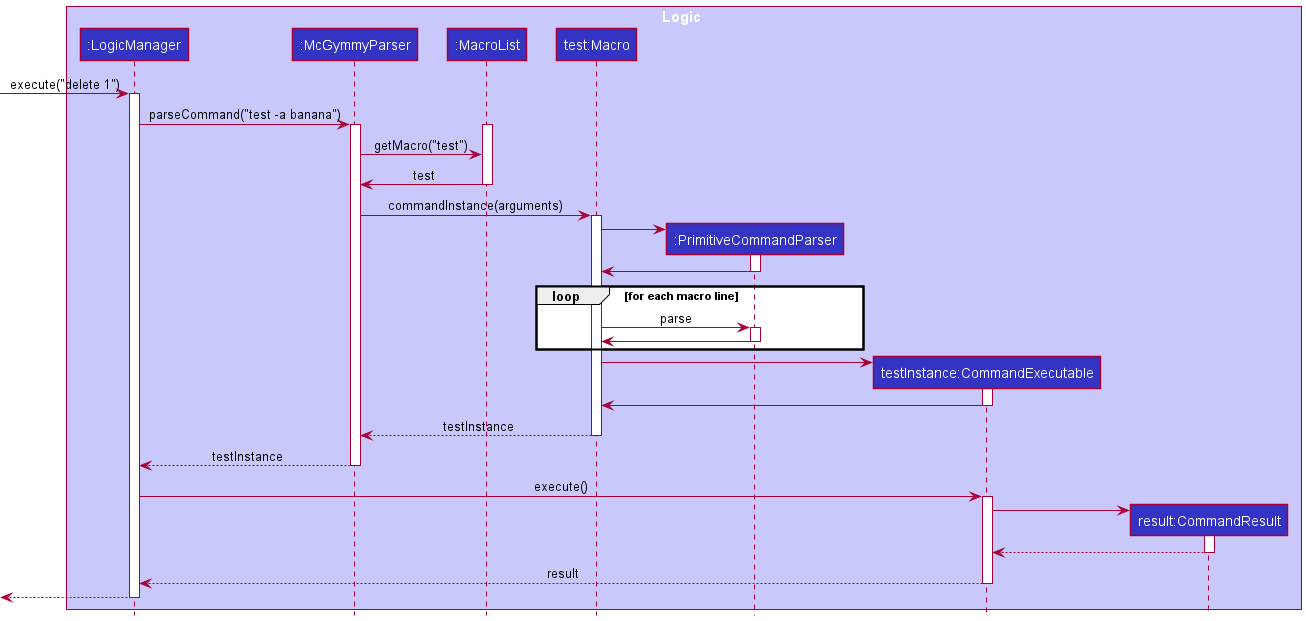
The PlantUML diagram docs/images/MacroSequenceDiagram.png in nus-cs2103-AY2021S1/tp, before a commit.
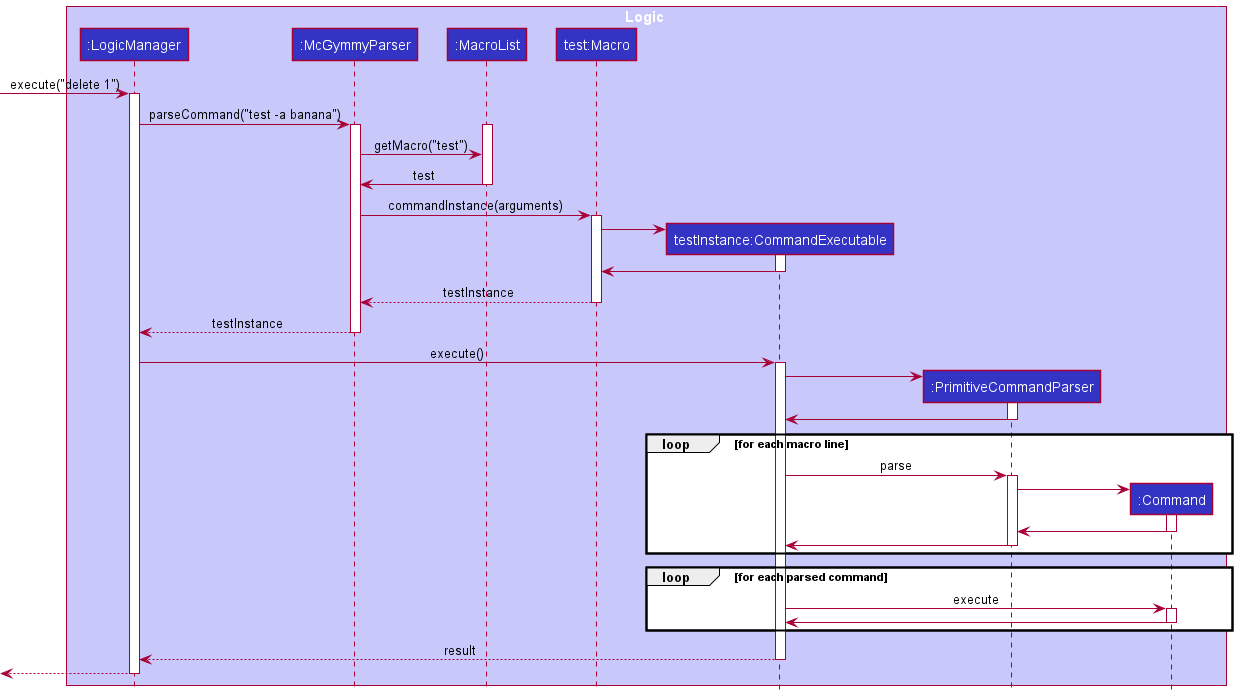
After the change.

Commit message:
Update macro sequence diagram image

The edit, as a diff of the source:
```diff
@@ -6,9 +6,9 @@
 participant ":McGymmyParser" as McGymmyParser LOGIC_COLOR
 participant ":MacroList" as MacroList LOGIC_COLOR
 participant "test:Macro" as Macro LOGIC_COLOR
+participant "testInstance:CommandExecutable" as CommandExecutable LOGIC_COLOR
 participant ":PrimitiveCommandParser" as PrimitiveCommandParser LOGIC_COLOR
-participant "testInstance:CommandExecutable" as CommandExecutable LOGIC_COLOR
-participant "result:CommandResult" as CommandResult LOGIC_COLOR
+participant ":Command" as Command LOGIC_COLOR
 end box
 
 [-> LogicManager : execute("delete 1")
@@ -25,19 +25,6 @@
 McGymmyParser -> Macro : commandInstance(arguments)
 activate Macro
 
-create PrimitiveCommandParser
-Macro -> PrimitiveCommandParser
-activate PrimitiveCommandParser
-PrimitiveCommandParser -> Macro
-deactivate PrimitiveCommandParser
-
-loop for each macro line
-Macro -> PrimitiveCommandParser : parse
-activate PrimitiveCommandParser
-PrimitiveCommandParser -> Macro
-deactivate PrimitiveCommandParser
-end
-
 create CommandExecutable
 Macro -> CommandExecutable
 activate CommandExecutable
@@ -53,12 +40,32 @@
 LogicManager -> CommandExecutable : execute()
 activate CommandExecutable
 
-create CommandResult
-CommandExecutable -> CommandResult
-activate CommandResult
+create PrimitiveCommandParser
+CommandExecutable -> PrimitiveCommandParser
+activate PrimitiveCommandParser
+PrimitiveCommandParser -> CommandExecutable
+deactivate PrimitiveCommandParser
 
-CommandResult --> CommandExecutable
-deactivate CommandResult
+loop for each macro line
+CommandExecutable -> PrimitiveCommandParser : parse
+activate PrimitiveCommandParser
+
+create Command
+PrimitiveCommandParser -> Command
+activate Command
+Command -> PrimitiveCommandParser
+deactivate Command
+
+PrimitiveCommandParser -> CommandExecutable
+deactivate PrimitiveCommandParser
+end
+
+loop for each parsed command
+CommandExecutable -> Command : execute
+activate Command
+Command -> CommandExecutable
+deactivate Command
+end
 
 CommandExecutable --> LogicManager : result
 deactivate CommandExecutable
```
